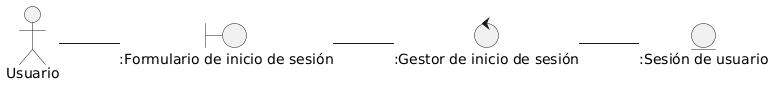
Above: docs/logicalView/DisciplinaDeAnalisis/DiagramaClasesAnalisisIniciarSesion.png in Andreinalcm/Proyecto_de_inge_grupo4 (PlantUML), before the change. Source of this version:
```plantuml
@startuml
left to right direction

Actor Usuario

entity ":Sesión de usuario" as sesion

control ":Gestor de inicio de sesión" as gestor

boundary ":Formulario de inicio de sesión" as reg

Usuario -- reg
reg -- gestor
gestor -- sesion
@enduml
```
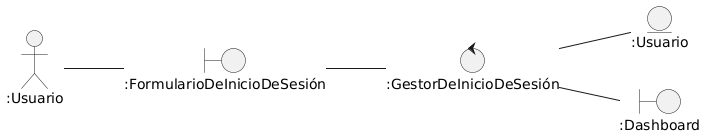
After the change.

Diff of the diagram source:
```diff
@@ -1,15 +1,18 @@
 @startuml
 left to right direction
 
-Actor Usuario
+Actor ":Usuario" as u
 
-entity ":Sesión de usuario" as sesion
+entity ":Usuario" as sesion
 
-control ":Gestor de inicio de sesión" as gestor
+control ":GestorDeInicioDeSesión" as gestor
 
-boundary ":Formulario de inicio de sesión" as reg
+boundary ":FormularioDeInicioDeSesión" as reg
 
-Usuario -- reg
+boundary ":Dashboard" as dash
+
+u -- reg
 reg -- gestor
 gestor -- sesion
+gestor -- dash
 @enduml
```
